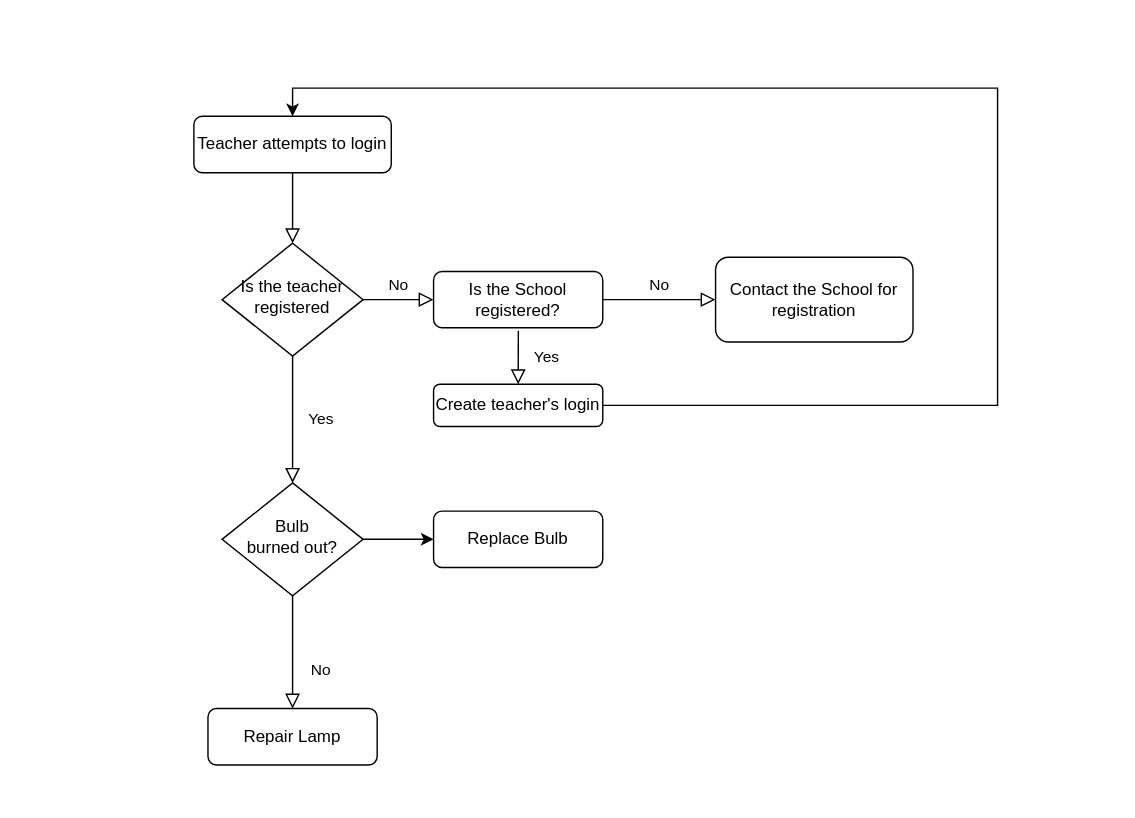
Earlier version of the draw.io diagram Untitled Diagram.drawio (Arunav07/SIH2022). Source tidied: cells renumbered, new cells numbered last; positions are measured from the earlier drawing's top-left corner, leaving out a move shared by most shapes. Both pictures are drawn from the tidied source at 141%, with x=0, y=0 at pixel (193, 87).
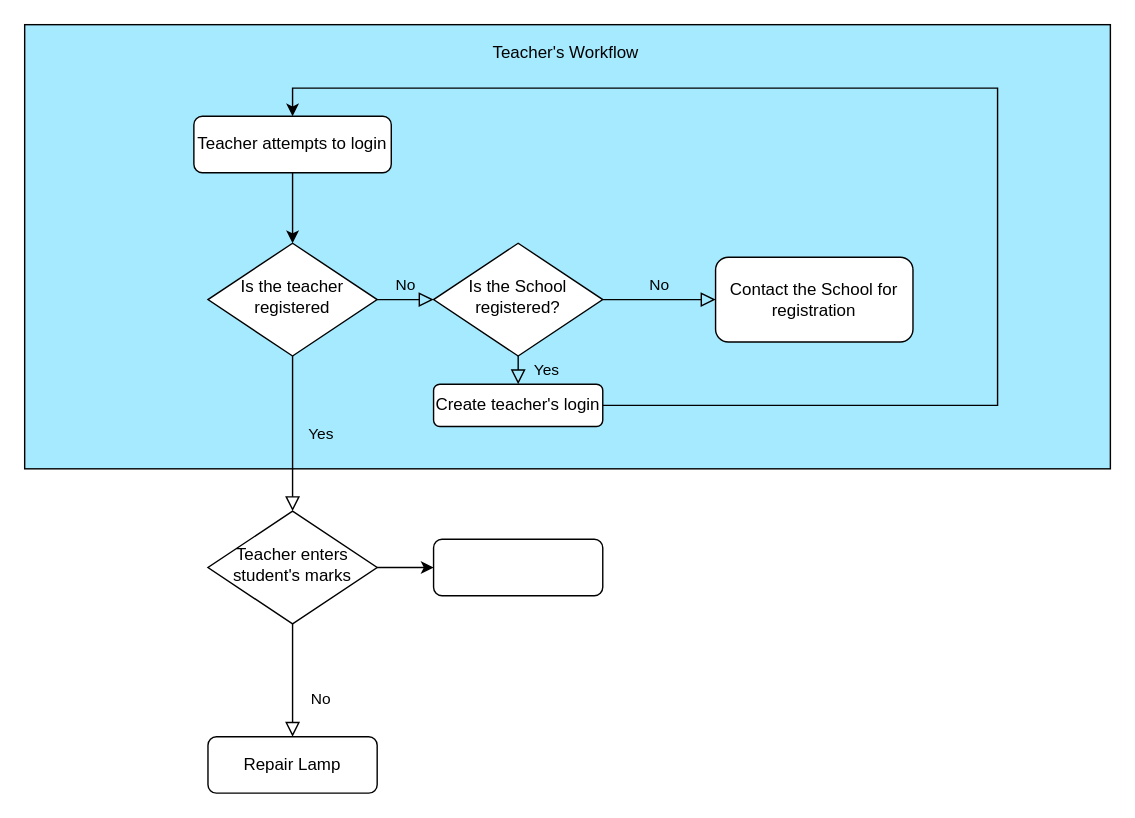
Above is the later version.

Commit message:
teacher's workflow

The change refers to these unchanged cells:
```xml
<mxCell id="3" value="Teacher attempts to login" style="rounded=1;whiteSpace=wrap;html=1;fontSize=12;glass=0;strokeWidth=1;shadow=0;" parent="1" vertex="1">
  <mxGeometry y="20" width="140" height="40" as="geometry" />
</mxCell>
```

Change to the diagram source:
```diff
@@
+    <mxCell id="18" style="rounded=0;whiteSpace=wrap;html=1; background=#f0f;fillColor=#A6EAFF;" parent="1" vertex="1">
+      <mxGeometry x="-120" y="-45" width="770" height="315" as="geometry" />
+    </mxCell>
-    <mxCell id="2" style="rounded=0;html=1;jettySize=auto;fontSize=11;endArrow=block;endFill=0;endSize=8;strokeWidth=1;shadow=0;labelBackgroundColor=none;edgeStyle=orthogonalEdgeStyle;" parent="1" edge="1" source="3" target="6">
+    <mxCell id="2" style="edgeStyle=orthogonalEdgeStyle;rounded=0;jettySize=auto;html=1;entryX=0.5;entryY=0;entryDx=0;entryDy=0;" parent="1" edge="1" source="3" target="6">
       <mxGeometry relative="1" as="geometry" />
     </mxCell>
@@
     <mxCell id="6" value="Is the teacher registered" style="rhombus;whiteSpace=wrap;html=1;shadow=0;fontFamily=Helvetica;fontSize=12;align=center;strokeWidth=1;spacing=6;spacingTop=-4;" parent="1" vertex="1">
-      <mxGeometry x="20" y="110" width="100" height="80" as="geometry" />
+      <mxGeometry x="10" y="110" width="120" height="80" as="geometry" />
     </mxCell>
-    <mxCell id="7" value="Is the School registered?" style="rounded=1;whiteSpace=wrap;html=1;fontSize=12;glass=0;strokeWidth=1;shadow=0;" parent="1" vertex="1">
-      <mxGeometry x="170" y="130" width="120" height="40" as="geometry" />
+    <mxCell id="7" value="Is the School registered?" style="rhombus;whiteSpace=wrap;html=1;shadow=0;fontFamily=Helvetica;fontSize=12;align=center;strokeWidth=1;spacing=6;spacingTop=-4;" parent="1" vertex="1">
+      <mxGeometry x="170" y="110" width="120" height="80" as="geometry" />
     </mxCell>
@@
-    <mxCell id="10" value="Bulb&lt;br&gt;burned out?" style="rhombus;whiteSpace=wrap;html=1;shadow=0;fontFamily=Helvetica;fontSize=12;align=center;strokeWidth=1;spacing=6;spacingTop=-4;" parent="1" vertex="1">
-      <mxGeometry x="20" y="280" width="100" height="80" as="geometry" />
+    <mxCell id="10" value="Teacher enters student's marks" style="rhombus;whiteSpace=wrap;html=1;shadow=0;fontFamily=Helvetica;fontSize=12;align=center;strokeWidth=1;spacing=6;spacingTop=-4;" parent="1" vertex="1">
+      <mxGeometry x="10" y="300" width="120" height="80" as="geometry" />
     </mxCell>
     <mxCell id="11" value="Repair Lamp" style="rounded=1;whiteSpace=wrap;html=1;fontSize=12;glass=0;strokeWidth=1;shadow=0;" parent="1" vertex="1">
-      <mxGeometry x="10" y="440" width="120" height="40" as="geometry" />
+      <mxGeometry x="10" y="460" width="120" height="40" as="geometry" />
     </mxCell>
-    <mxCell id="12" value="Replace Bulb" style="rounded=1;whiteSpace=wrap;html=1;fontSize=12;glass=0;strokeWidth=1;shadow=0;" parent="1" vertex="1">
-      <mxGeometry x="170" y="300" width="120" height="40" as="geometry" />
+    <mxCell id="12" style="rounded=1;whiteSpace=wrap;html=1;fontSize=12;glass=0;strokeWidth=1;shadow=0;" parent="1" vertex="1">
+      <mxGeometry x="170" y="320" width="120" height="40" as="geometry" />
     </mxCell>
@@
-    <mxCell id="17" value="Yes" style="rounded=0;html=1;jettySize=auto;fontSize=11;endArrow=block;endFill=0;endSize=8;strokeWidth=1;shadow=0;labelBackgroundColor=none;edgeStyle=orthogonalEdgeStyle;exitX=0.501;exitY=1.053;exitDx=0;exitDy=0;exitPerimeter=0;" parent="1" edge="1" source="7">
+    <mxCell id="17" value="Yes" style="rounded=0;html=1;jettySize=auto;orthogonalLoop=1;fontSize=11;endArrow=block;endFill=0;endSize=8;strokeWidth=1;shadow=0;labelBackgroundColor=none;edgeStyle=orthogonalEdgeStyle;" parent="1" edge="1">
       <mxGeometry y="20" relative="1" as="geometry">
+        <mxPoint x="230" y="190" as="sourcePoint" />
         <mxPoint x="230" y="210" as="targetPoint" />
       </mxGeometry>
     </mxCell>
+    <mxCell id="19" value="Teacher's Workflow" style="text;html=1;strokeColor=none;fillColor=none;align=center;verticalAlign=middle;whiteSpace=wrap;rounded=0;" parent="1" vertex="1">
+      <mxGeometry x="194" y="-40" width="140" height="30" as="geometry" />
+    </mxCell>
```
